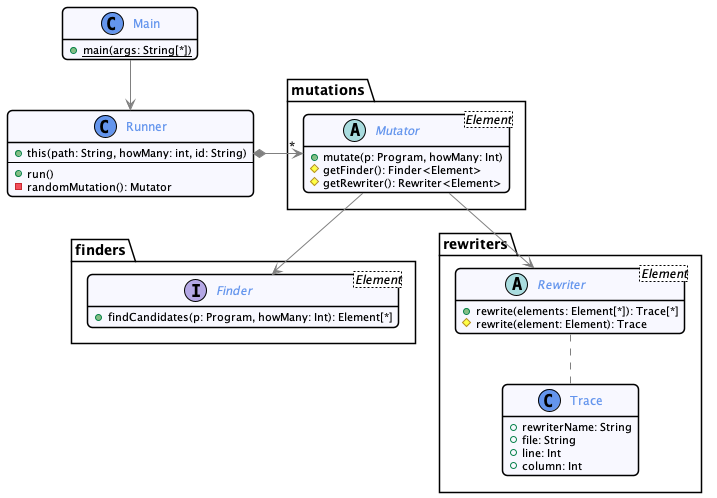
Above: plantuml/overview.png in ace-lectures/mutation-demo (PlantUML), before the change. Its diagram source:
```plantuml
@startuml
!include ./_commons.style

class Main {
 + {static} main(args: String[*])
}

class Runner {
+ this(path: String, howMany: int, id: String)
--
+ run()
- randomMutation(): Mutator
}

Main --> Runner

package mutations {
    abstract Mutator<Element> {
      + mutate(p: Program, howMany: Int)
      # getFinder(): Finder<Element>
      # getRewriter(): Rewriter<Element>
    }
}

Runner *-> "*" Mutator

package finders {
    interface Finder<Element> {
        + findCandidates(p: Program, howMany: Int): Element[*]
    }
}

package rewriters {
    abstract Rewriter<Element> {
        + rewrite(elements: Element[*]): Trace[*]
        # rewrite(element: Element): Trace
    }

    class Trace {
        + rewriterName: String
        + file: String
        + line: Int
        + column: Int
    }

    Rewriter .. Trace

}

Mutator --> Finder
Mutator --> Rewriter

@enduml
```
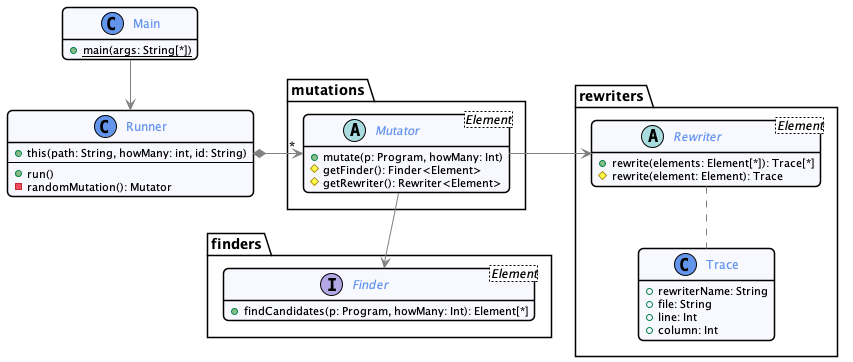
After the change.

What changed in the source:
```diff
@@ -48,6 +48,6 @@
 }
 
 Mutator --> Finder
-Mutator --> Rewriter
+Mutator -> Rewriter
 
 @enduml
```
